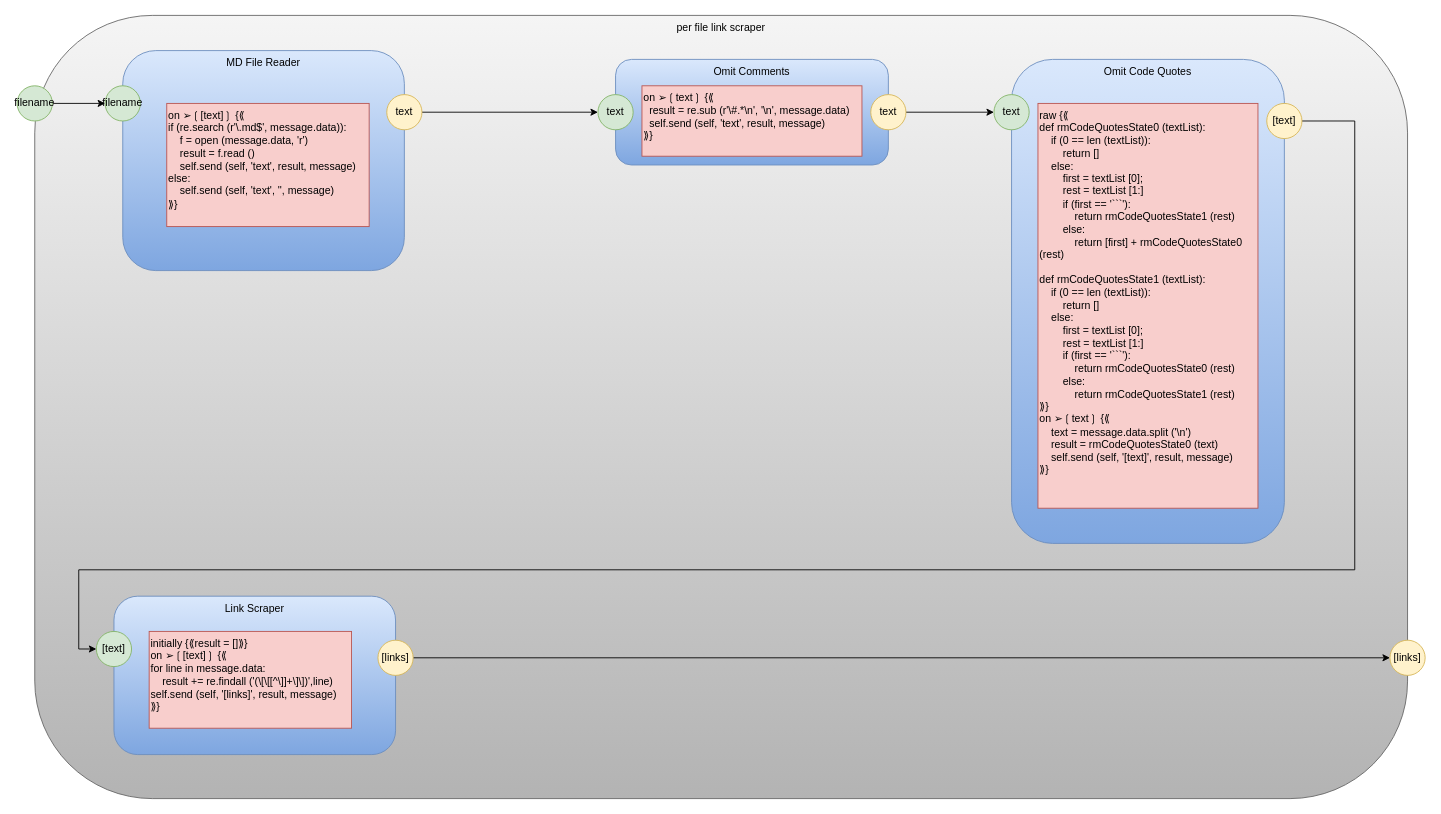
Before: poc/perfilelinkscraper.drawio in guitarvydas/pypm, a draw.io diagram. Source tidied: cells renumbered, new cells numbered last; positions are measured from the earlier drawing's top-left corner, leaving out a move shared by most shapes. Both pictures are drawn from the tidied source at 88%, with x=0, y=0 at pixel (17, 15).
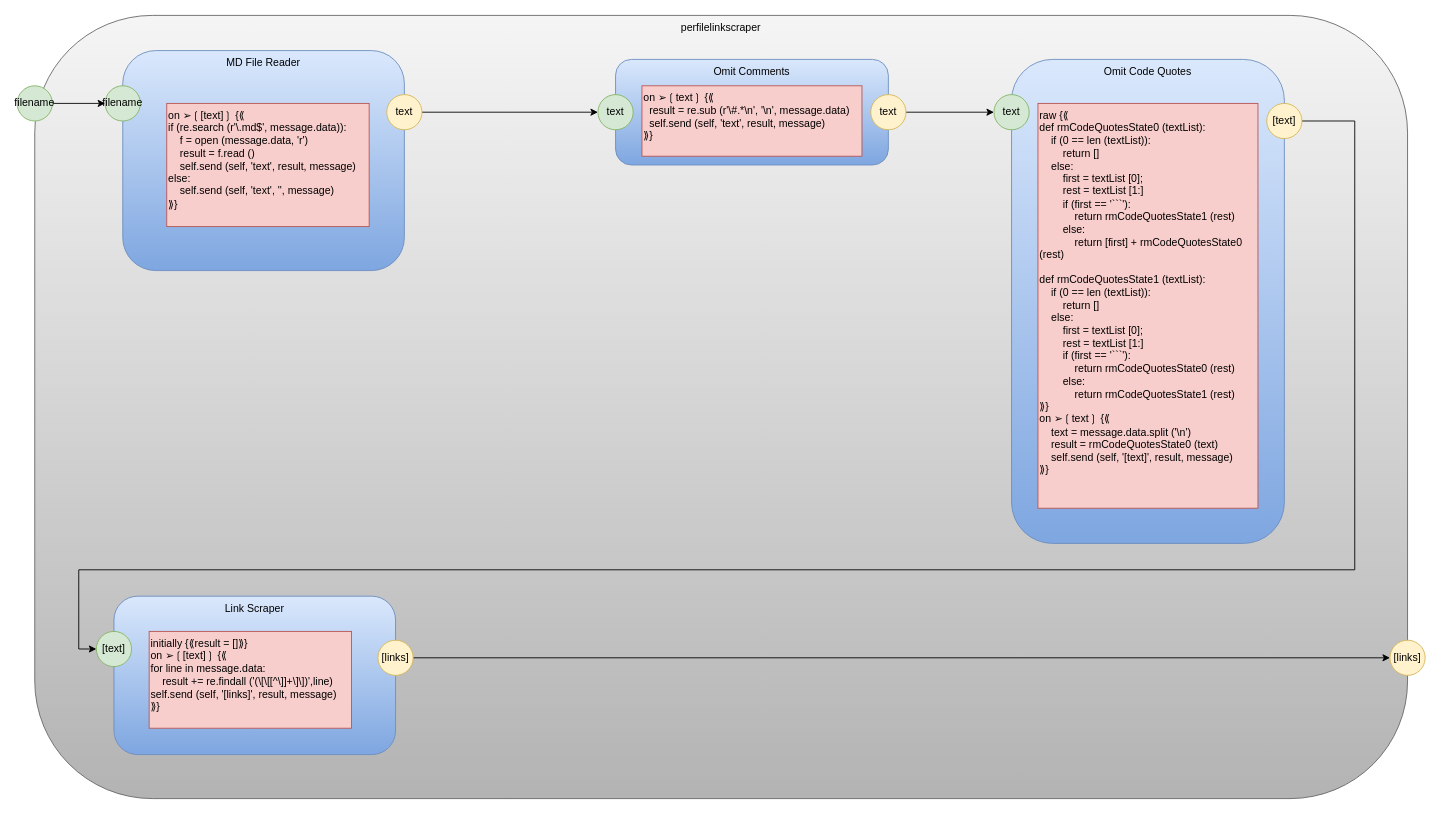
Above is the later version.

The edit, as a diff of the source:
```diff
@@
-    <mxCell id="2" value="per file link scraper" style="rounded=1;whiteSpace=wrap;html=1;horizontal=1;verticalAlign=top;fillColor=#f5f5f5;strokeColor=#666666;gradientColor=#b3b3b3;" parent="1" vertex="1">
+    <mxCell id="2" value="perfilelinkscraper" style="rounded=1;whiteSpace=wrap;html=1;horizontal=1;verticalAlign=top;fillColor=#f5f5f5;strokeColor=#666666;gradientColor=#b3b3b3;" parent="1" vertex="1">
       <mxGeometry x="20" width="1560" height="890" as="geometry" />
     </mxCell>
```
